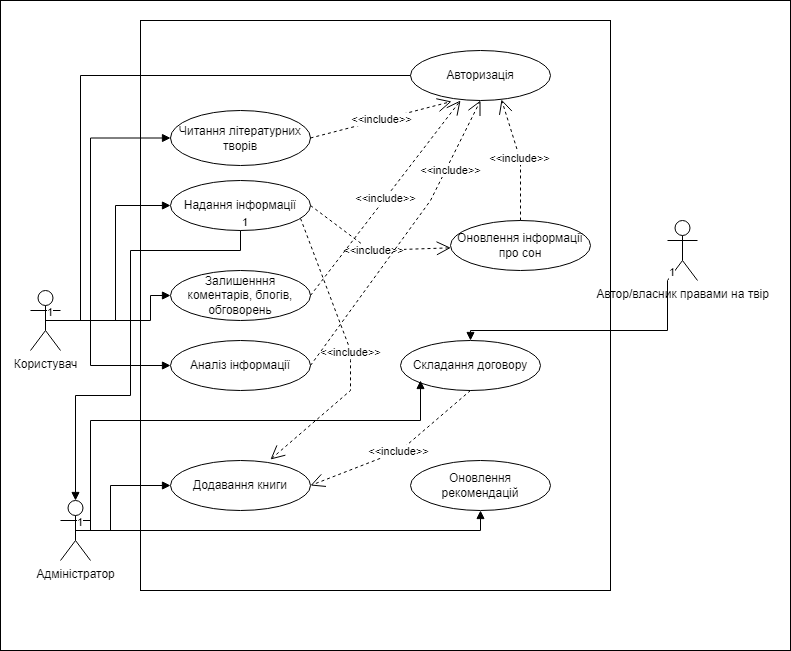
Above: 1-SoftwareRequirements/1.3-SoftwareUserRequirements/1.3.3-UseCaseDiagram/LB2_TSPP_Use_case.png in oleksandrblazhko/eai205-boychuk (draw.io), before the change. Source tidied: cells renumbered, new cells last; positions are measured from the earlier drawing's top-left corner, leaving out a move shared by most shapes.
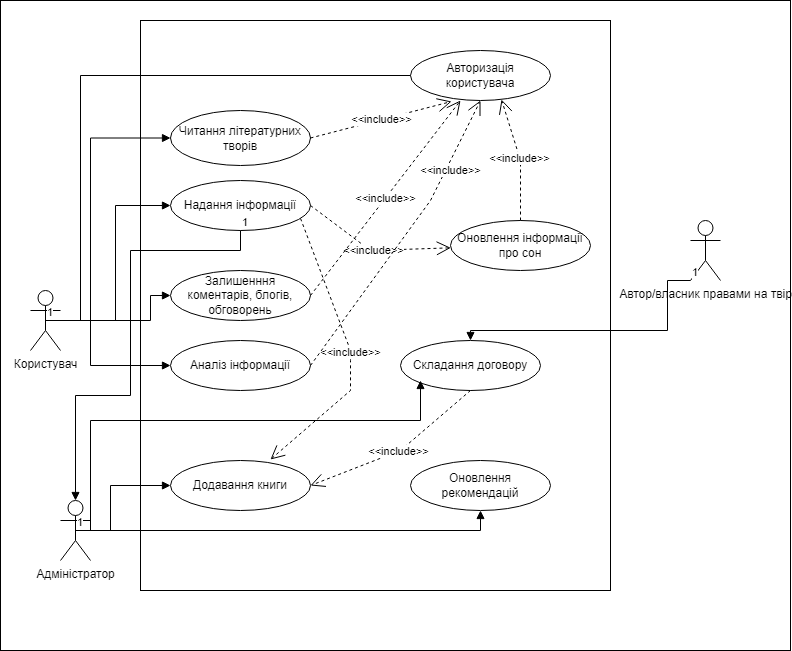
After the change.

The edit, as a diff of the source:
```diff
@@ -218,7 +218,7 @@
       <mxGeometry x="170" y="460" width="140" height="50" as="geometry" />
     </mxCell>
     <mxCell id="51" value="Автор/власник правами на твір" style="shape=umlActor;verticalLabelPosition=bottom;verticalAlign=top;html=1;" parent="1" vertex="1">
-      <mxGeometry x="667" y="220" width="30" height="60" as="geometry" />
+      <mxGeometry x="690" y="220" width="30" height="60" as="geometry" />
     </mxCell>
     <mxCell id="52" value="&amp;lt;&amp;lt;include&amp;gt;&amp;gt;" style="endArrow=open;endSize=12;dashed=1;html=1;rounded=0;exitX=1;exitY=0.5;exitDx=0;exitDy=0;" parent="1" edge="1" source="45" target="49">
       <mxGeometry relative="1" as="geometry">
@@ -338,7 +338,7 @@
     <mxCell id="74" value="1" style="edgeLabel;html=1;align=left;verticalAlign=bottom;" parent="73" vertex="1">
       <mxGeometry x="-1" relative="1" as="geometry" />
     </mxCell>
-    <mxCell id="75" value="Авторизація" style="ellipse;whiteSpace=wrap;html=1;" parent="1" vertex="1">
+    <mxCell id="75" value="Авторизація користувача" style="ellipse;whiteSpace=wrap;html=1;" parent="1" vertex="1">
       <mxGeometry x="410" y="50" width="140" height="50" as="geometry" />
     </mxCell>
     <mxCell id="76" style="endArrow=none;endFill=0;html=1;edgeStyle=orthogonalEdgeStyle;align=left;verticalAlign=top;rounded=0;exitX=0.5;exitY=0.5;exitDx=0;exitDy=0;exitPerimeter=0;entryX=0;entryY=0.5;entryDx=0;entryDy=0;" parent="1" edge="1" source="44" target="75">
```
